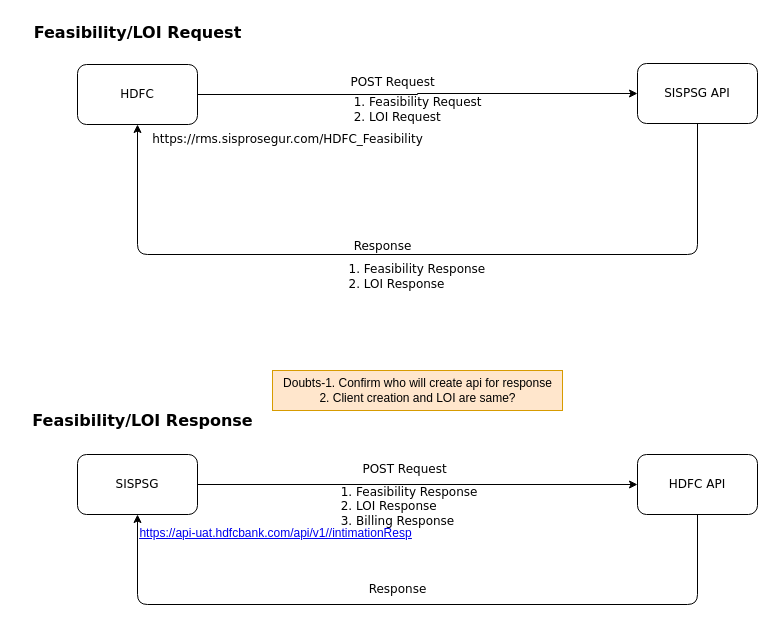
This is Hdfc.drawio from ubermachine/Drawio, a draw.io file, before an edit. Source tidied: cells renumbered, new cells numbered last; positions are measured from the earlier drawing's top-left corner, leaving out a move shared by most shapes. Both pictures are drawn from the tidied source at 100%, with x=0, y=0 at pixel (17, 17).
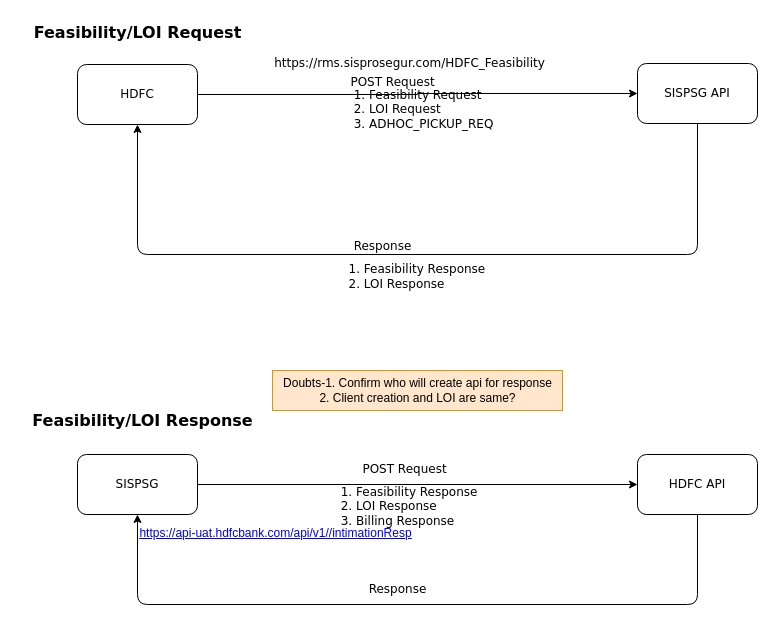
After the change.

What changed in the source:
```diff
@@
-    <mxCell id="6" value="&lt;div align=&quot;left&quot;&gt;&lt;ol&gt;&lt;li&gt;Feasibility Request&lt;/li&gt;&lt;li&gt;LOI Request&lt;br&gt;&lt;/li&gt;&lt;/ol&gt;&lt;/div&gt;" style="text;html=1;align=left;verticalAlign=middle;strokeColor=none;fillColor=none;fontStyle=0;fontFamily=Verdana;" parent="1" vertex="1">
-      <mxGeometry x="310" y="57" width="180" height="70" as="geometry" />
+    <mxCell id="6" value="&lt;div align=&quot;left&quot;&gt;&lt;ol&gt;&lt;li&gt;Feasibility Request&lt;/li&gt;&lt;li&gt;LOI Request&lt;/li&gt;&lt;li&gt; ADHOC_PICKUP_REQ&lt;/li&gt;&lt;/ol&gt;&lt;/div&gt;" style="text;html=1;align=left;verticalAlign=middle;strokeColor=none;fillColor=none;fontStyle=0;fontFamily=Verdana;" parent="1" vertex="1">
+      <mxGeometry x="310" y="52" width="190" height="80" as="geometry" />
     </mxCell>
@@
     <mxCell id="10" value="https://rms.sisprosegur.com/HDFC_Feasibility" style="text;html=1;align=center;verticalAlign=middle;strokeColor=none;fillColor=none;fontFamily=Verdana;fontStyle=0;" parent="1" vertex="1">
-      <mxGeometry x="115" y="107" width="310" height="30" as="geometry" />
+      <mxGeometry x="237" y="31" width="310" height="30" as="geometry" />
     </mxCell>
```
